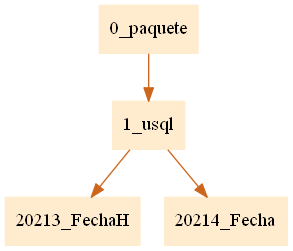
Earlier version of the Graphviz export pr1Compilarodores2/paquete.png (JamesMelgar/compi2javaccpr1). Its source is kept beside it as pr1Compilarodores2/paquete.dot.
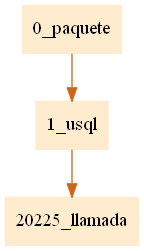
Later version of the same file.

The edit, as a diff of the source:
```diff
@@ -1,5 +1,5 @@
 digraph G {node[shape=box, style=filled, color=blanchedalmond]; edge[color=chocolate3];rankdir=UD
 
-"0_paquete"->"1_usql""1_usql"->"20213_FechaH""1_usql"->"20214_Fecha"
+"0_paquete"->"1_usql""1_usql"->"20225_llamada"
 
 }
```
